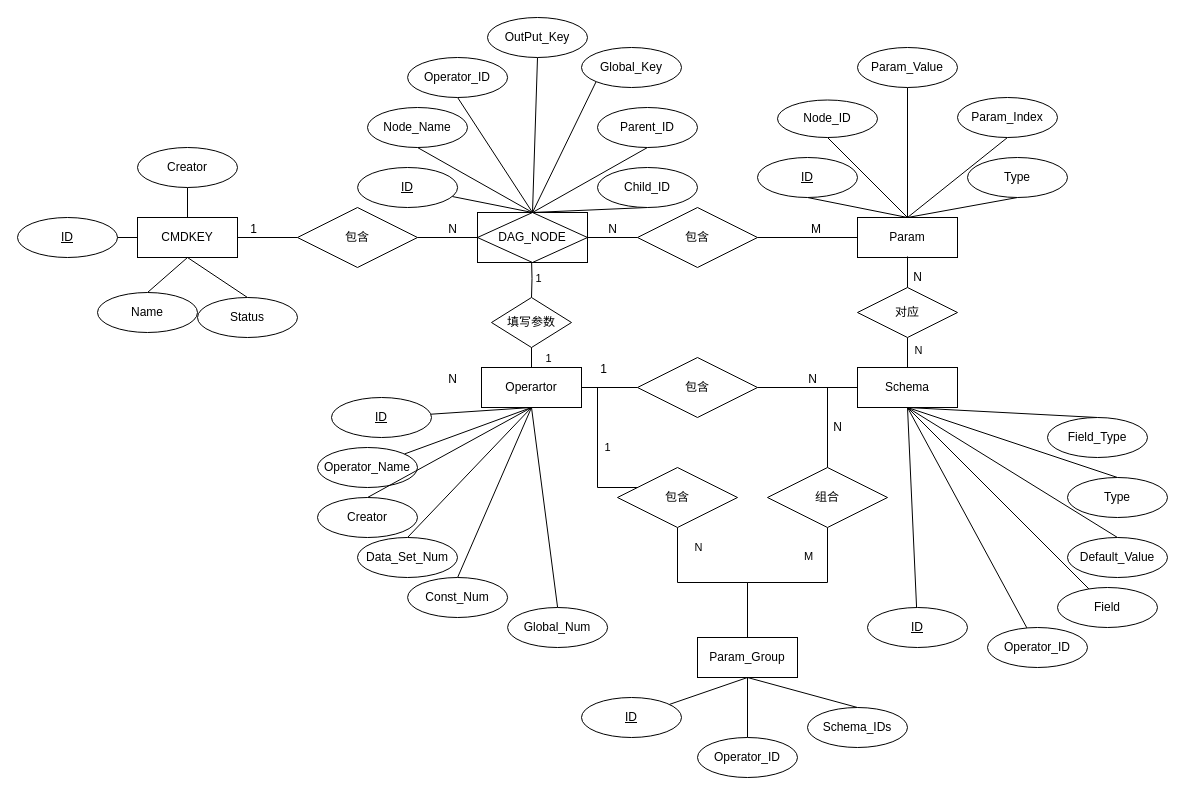
Above: page "第 2 页" (2 of 3) of 未命名绘图.drawio in nullbull/uml (draw.io), before the change. Source tidied: cells renumbered, new cells numbered last; positions are measured from the earlier drawing's top-left corner, leaving out a move shared by most shapes. Both pictures are drawn from the tidied source at 100%, with x=0, y=0 at pixel (17, 17).
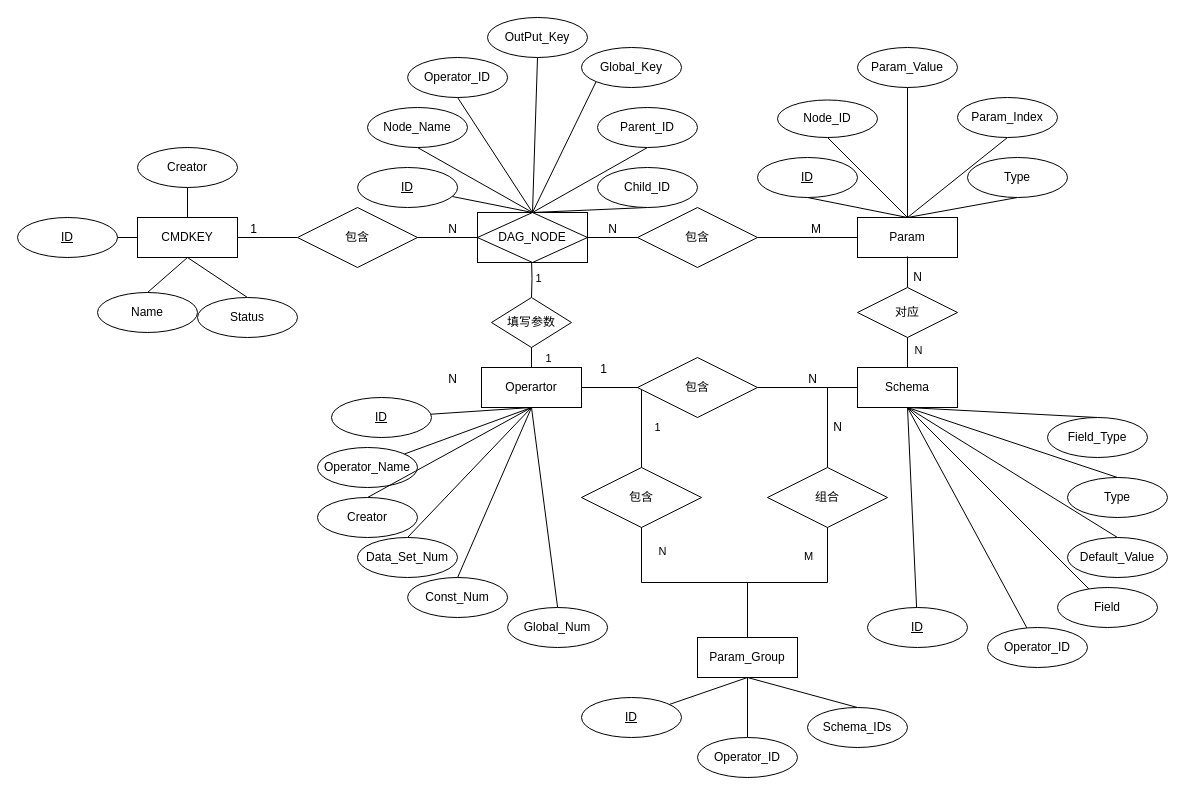
The same diagram, later.

The change refers to these unchanged cells:
```xml
<mxCell id="19" value="Operartor" style="whiteSpace=wrap;html=1;align=center;" parent="1" vertex="1">
  <mxGeometry x="464" y="350" width="100" height="40" as="geometry" />
</mxCell>
```

Change to the diagram source:
```diff
@@
-    <mxCell id="18" value="1" style="edgeStyle=orthogonalEdgeStyle;rounded=0;jettySize=auto;html=1;exitX=1;exitY=0.5;exitDx=0;exitDy=0;endArrow=none;endFill=0;" parent="1" edge="1" source="19" target="103">
-      <mxGeometry x="-0.03" y="10" relative="1" as="geometry">
+    <mxCell id="18" value="1" style="edgeStyle=orthogonalEdgeStyle;rounded=0;jettySize=auto;html=1;exitX=1;exitY=0.5;exitDx=0;exitDy=0;endArrow=none;endFill=0;entryX=0.5;entryY=0;entryDx=0;entryDy=0;" parent="1" edge="1" source="19" target="103">
+      <mxGeometry x="0.43" y="16" relative="1" as="geometry">
         <Array as="points">
-          <mxPoint x="580" y="370" />
-          <mxPoint x="580" y="470" />
+          <mxPoint x="624" y="370" />
         </Array>
       </mxGeometry>
     </mxCell>
@@
     <mxCell id="103" value="包含" style="shape=rhombus;perimeter=rhombusPerimeter;whiteSpace=wrap;html=1;align=center;rotation=0;" parent="1" vertex="1">
-      <mxGeometry x="600" y="450" width="120" height="60" as="geometry" />
+      <mxGeometry x="564" y="450" width="120" height="60" as="geometry" />
     </mxCell>
```
